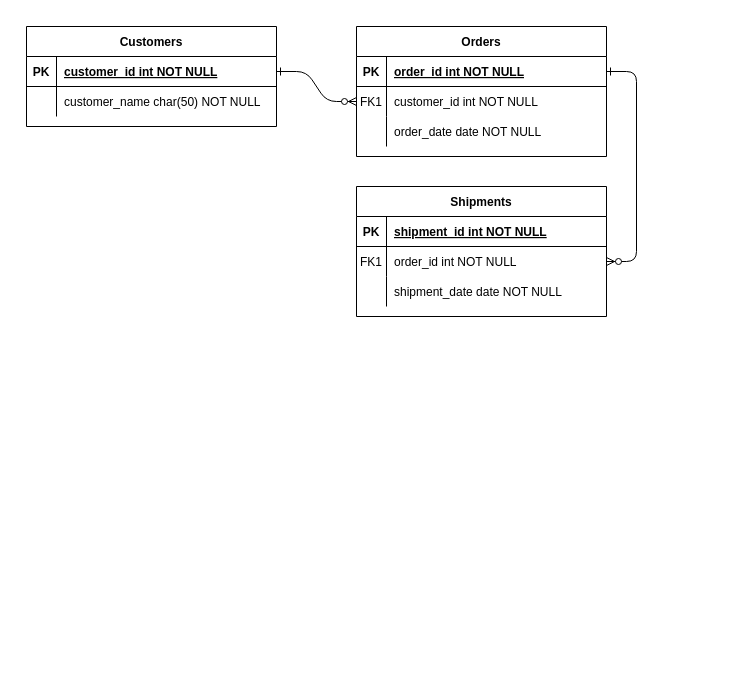
This is .idea/CarRental.drawio from lpalasz/CarRental, a draw.io file, before an edit. Source tidied: cells renumbered, new cells numbered last; positions are measured from the earlier drawing's top-left corner, leaving out a move shared by most shapes. Both pictures are drawn from the tidied source at 100%, with x=0, y=0 at pixel (26, 26).
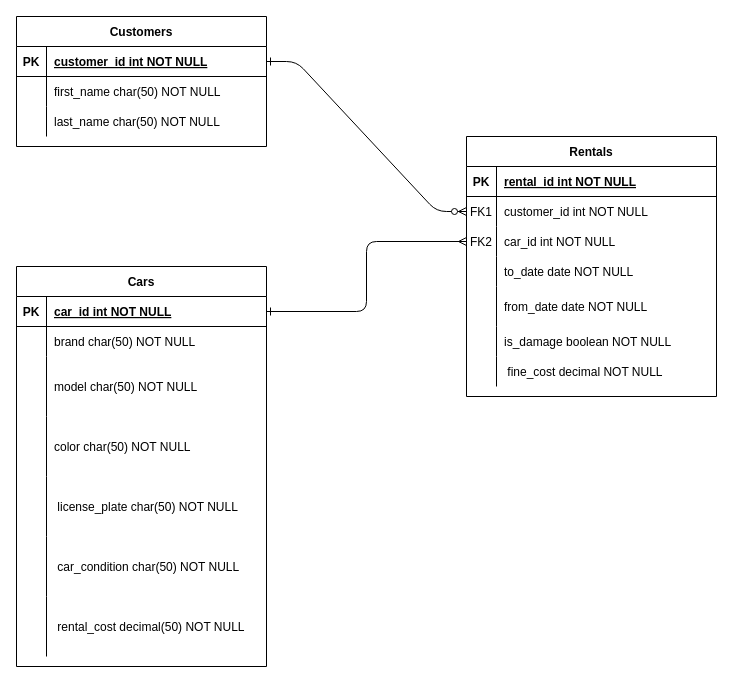
After the change.

The change refers to these unchanged cells:
```xml
<mxCell id="5" style="shape=partialRectangle;fillColor=none;points=[[0,0.5],[1,0.5]];portConstraint=eastwest;top=0;left=0;right=0;bottom=1;" parent="4" vertex="1">
  <mxGeometry y="30" width="250" height="30" as="geometry" />
</mxCell>
<mxCell id="11" style="shape=partialRectangle;fillColor=none;points=[[0,0.5],[1,0.5]];portConstraint=eastwest;top=0;left=0;right=0;bottom=0;" parent="4" vertex="1">
  <mxGeometry y="90" width="250" height="30" as="geometry" />
</mxCell>
<mxCell id="15" style="shape=partialRectangle;fillColor=none;points=[[0,0.5],[1,0.5]];portConstraint=eastwest;top=0;left=0;right=0;bottom=1;" parent="14" vertex="1">
  <mxGeometry y="30" width="250" height="30" as="geometry" />
</mxCell>
<mxCell id="18" style="shape=partialRectangle;fillColor=none;points=[[0,0.5],[1,0.5]];portConstraint=eastwest;top=0;left=0;right=0;bottom=0;" parent="14" vertex="1">
  <mxGeometry y="60" width="250" height="30" as="geometry" />
</mxCell>
```

Change to the diagram source:
```diff
@@
-    <mxCell id="3" style="edgeStyle=entityRelationEdgeStyle;endArrow=ERzeroToMany;startArrow=ERone;endFill=1;startFill=0;" parent="1" edge="1" source="5" target="18">
-      <mxGeometry relative="1" as="geometry" />
-    </mxCell>
-    <mxCell id="4" value="Orders" style="shape=table;startSize=30;childLayout=tableLayout;rowLines=0;fontStyle=1;align=center;" parent="1" vertex="1">
-      <mxGeometry x="330" width="250" height="130" as="geometry" />
+    <mxCell id="4" value="Rentals" style="shape=table;startSize=30;childLayout=tableLayout;rowLines=0;fontStyle=1;align=center;" parent="1" vertex="1">
+      <mxGeometry x="440" y="110" width="250" height="260" as="geometry" />
     </mxCell>
@@
-    <mxCell id="7" value="order_id int NOT NULL " style="shape=partialRectangle;overflow=hidden;fillColor=none;top=0;left=0;bottom=0;right=0;align=left;spacingLeft=6;fontStyle=5;" parent="5" vertex="1">
+    <mxCell id="7" value="rental_id int NOT NULL " style="shape=partialRectangle;overflow=hidden;fillColor=none;top=0;left=0;bottom=0;right=0;align=left;spacingLeft=6;fontStyle=5;" parent="5" vertex="1">
       <mxGeometry x="30" width="220" height="30" as="geometry" />
     </mxCell>
@@
-    <mxCell id="12" style="shape=partialRectangle;overflow=hidden;fillColor=none;top=0;left=0;bottom=0;right=0;" parent="11" vertex="1">
+    <mxCell id="12" value="FK2" style="shape=partialRectangle;overflow=hidden;fillColor=none;top=0;left=0;bottom=0;right=0;" parent="11" vertex="1">
       <mxGeometry width="30" height="30" as="geometry" />
     </mxCell>
-    <mxCell id="13" value="order_date date NOT NULL" style="shape=partialRectangle;overflow=hidden;fillColor=none;top=0;left=0;bottom=0;right=0;align=left;spacingLeft=6;" parent="11" vertex="1">
+    <mxCell id="13" value="car_id int NOT NULL" style="shape=partialRectangle;overflow=hidden;fillColor=none;top=0;left=0;bottom=0;right=0;align=left;spacingLeft=6;" parent="11" vertex="1">
       <mxGeometry x="30" width="220" height="30" as="geometry" />
     </mxCell>
+    <mxCell id="31" style="shape=partialRectangle;fillColor=none;top=0;left=0;right=0;bottom=0;" parent="4" vertex="1">
+      <mxGeometry y="120" width="250" height="30" as="geometry" />
+    </mxCell>
+    <mxCell id="32" style="shape=partialRectangle;overflow=hidden;fillColor=none;top=0;left=0;bottom=0;right=0;" parent="31" vertex="1">
+      <mxGeometry width="30" height="30" as="geometry" />
+    </mxCell>
+    <mxCell id="33" value="to_date date NOT NULL" style="shape=partialRectangle;overflow=hidden;fillColor=none;top=0;left=0;bottom=0;right=0;align=left;spacingLeft=6;" parent="31" vertex="1">
+      <mxGeometry x="30" width="220" height="30" as="geometry" />
+    </mxCell>
+    <mxCell id="34" style="shape=partialRectangle;fillColor=none;top=0;left=0;right=0;bottom=0;" parent="4" vertex="1">
+      <mxGeometry y="150" width="250" height="40" as="geometry" />
+    </mxCell>
+    <mxCell id="35" style="shape=partialRectangle;overflow=hidden;fillColor=none;top=0;left=0;bottom=0;right=0;" parent="34" vertex="1">
+      <mxGeometry width="30" height="40" as="geometry" />
+    </mxCell>
+    <mxCell id="36" value="from_date date NOT NULL" style="shape=partialRectangle;overflow=hidden;fillColor=none;top=0;left=0;bottom=0;right=0;align=left;spacingLeft=6;" parent="34" vertex="1">
+      <mxGeometry x="30" width="220" height="40" as="geometry" />
+    </mxCell>
+    <mxCell id="37" style="shape=partialRectangle;fillColor=none;top=0;left=0;right=0;bottom=0;" parent="4" vertex="1">
+      <mxGeometry y="190" width="250" height="30" as="geometry" />
+    </mxCell>
+    <mxCell id="38" style="shape=partialRectangle;overflow=hidden;fillColor=none;top=0;left=0;bottom=0;right=0;" parent="37" vertex="1">
+      <mxGeometry width="30" height="30" as="geometry" />
+    </mxCell>
+    <mxCell id="39" value="is_damage boolean NOT NULL" style="shape=partialRectangle;overflow=hidden;fillColor=none;top=0;left=0;bottom=0;right=0;align=left;spacingLeft=6;" parent="37" vertex="1">
+      <mxGeometry x="30" width="220" height="30" as="geometry" />
+    </mxCell>
+    <mxCell id="40" style="shape=partialRectangle;fillColor=none;top=0;left=0;right=0;bottom=0;" parent="4" vertex="1">
+      <mxGeometry y="220" width="250" height="30" as="geometry" />
+    </mxCell>
+    <mxCell id="41" style="shape=partialRectangle;overflow=hidden;fillColor=none;top=0;left=0;bottom=0;right=0;" parent="40" vertex="1">
+      <mxGeometry width="30" height="30" as="geometry" />
+    </mxCell>
+    <mxCell id="42" value=" fine_cost decimal NOT NULL" style="shape=partialRectangle;overflow=hidden;fillColor=none;top=0;left=0;bottom=0;right=0;align=left;spacingLeft=6;" parent="40" vertex="1">
+      <mxGeometry x="30" width="220" height="30" as="geometry" />
+    </mxCell>
-    <mxCell id="14" value="Shipments" style="shape=table;startSize=30;childLayout=tableLayout;rowLines=0;fontStyle=1;align=center;" parent="1" vertex="1">
-      <mxGeometry x="330" y="160" width="250" height="130" as="geometry" />
+    <mxCell id="14" value="Cars" style="shape=table;startSize=30;childLayout=tableLayout;rowLines=0;fontStyle=1;align=center;" parent="1" vertex="1">
+      <mxGeometry x="-10" y="240" width="250" height="400" as="geometry" />
     </mxCell>
@@
-    <mxCell id="17" value="shipment_id int NOT NULL " style="shape=partialRectangle;overflow=hidden;fillColor=none;top=0;left=0;bottom=0;right=0;align=left;spacingLeft=6;fontStyle=5;" parent="15" vertex="1">
-      <mxGeometry x="30" width="220" height="30" as="geometry" />
-    </mxCell>
+    <mxCell id="43" value="car_id int NOT NULL " style="shape=partialRectangle;overflow=hidden;fillColor=none;top=0;left=0;bottom=0;right=0;align=left;spacingLeft=6;fontStyle=5;" parent="15" vertex="1">
+      <mxGeometry x="30" width="220" height="30" as="geometry" />
+    </mxCell>
@@
-    <mxCell id="19" value="FK1" style="shape=partialRectangle;overflow=hidden;fillColor=none;top=0;left=0;bottom=0;right=0;" parent="18" vertex="1">
+    <mxCell id="19" style="shape=partialRectangle;overflow=hidden;fillColor=none;top=0;left=0;bottom=0;right=0;" parent="18" vertex="1">
       <mxGeometry width="30" height="30" as="geometry" />
     </mxCell>
-    <mxCell id="20" value="order_id int NOT NULL" style="shape=partialRectangle;overflow=hidden;fillColor=none;top=0;left=0;bottom=0;right=0;align=left;spacingLeft=6;" parent="18" vertex="1">
+    <mxCell id="20" value="brand char(50) NOT NULL" style="shape=partialRectangle;overflow=hidden;fillColor=none;top=0;left=0;bottom=0;right=0;align=left;spacingLeft=6;" parent="18" vertex="1">
       <mxGeometry x="30" width="220" height="30" as="geometry" />
     </mxCell>
+    <mxCell id="44" style="shape=partialRectangle;fillColor=none;top=0;left=0;right=0;bottom=0;" parent="14" vertex="1">
+      <mxGeometry y="90" width="250" height="60" as="geometry" />
+    </mxCell>
+    <mxCell id="45" style="shape=partialRectangle;overflow=hidden;fillColor=none;top=0;left=0;bottom=0;right=0;" parent="44" vertex="1">
+      <mxGeometry width="30" height="60" as="geometry" />
+    </mxCell>
+    <mxCell id="46" value="model char(50) NOT NULL" style="shape=partialRectangle;overflow=hidden;fillColor=none;top=0;left=0;bottom=0;right=0;align=left;spacingLeft=6;" parent="44" vertex="1">
+      <mxGeometry x="30" width="220" height="60" as="geometry" />
+    </mxCell>
+    <mxCell id="47" style="shape=partialRectangle;fillColor=none;top=0;left=0;right=0;bottom=0;" parent="14" vertex="1">
+      <mxGeometry y="150" width="250" height="60" as="geometry" />
+    </mxCell>
+    <mxCell id="48" style="shape=partialRectangle;overflow=hidden;fillColor=none;top=0;left=0;bottom=0;right=0;" parent="47" vertex="1">
+      <mxGeometry width="30" height="60" as="geometry" />
+    </mxCell>
+    <mxCell id="49" value="color char(50) NOT NULL" style="shape=partialRectangle;overflow=hidden;fillColor=none;top=0;left=0;bottom=0;right=0;align=left;spacingLeft=6;" parent="47" vertex="1">
+      <mxGeometry x="30" width="220" height="60" as="geometry" />
+    </mxCell>
+    <mxCell id="50" style="shape=partialRectangle;fillColor=none;top=0;left=0;right=0;bottom=0;" parent="14" vertex="1">
+      <mxGeometry y="210" width="250" height="60" as="geometry" />
+    </mxCell>
+    <mxCell id="51" style="shape=partialRectangle;overflow=hidden;fillColor=none;top=0;left=0;bottom=0;right=0;" parent="50" vertex="1">
+      <mxGeometry width="30" height="60" as="geometry" />
+    </mxCell>
+    <mxCell id="52" value=" license_plate char(50) NOT NULL" style="shape=partialRectangle;overflow=hidden;fillColor=none;top=0;left=0;bottom=0;right=0;align=left;spacingLeft=6;" parent="50" vertex="1">
+      <mxGeometry x="30" width="220" height="60" as="geometry" />
+    </mxCell>
+    <mxCell id="53" style="shape=partialRectangle;fillColor=none;top=0;left=0;right=0;bottom=0;" parent="14" vertex="1">
+      <mxGeometry y="270" width="250" height="60" as="geometry" />
+    </mxCell>
+    <mxCell id="54" style="shape=partialRectangle;overflow=hidden;fillColor=none;top=0;left=0;bottom=0;right=0;" parent="53" vertex="1">
+      <mxGeometry width="30" height="60" as="geometry" />
+    </mxCell>
+    <mxCell id="55" value=" car_condition char(50) NOT NULL" style="shape=partialRectangle;overflow=hidden;fillColor=none;top=0;left=0;bottom=0;right=0;align=left;spacingLeft=6;" parent="53" vertex="1">
+      <mxGeometry x="30" width="220" height="60" as="geometry" />
+    </mxCell>
     <mxCell id="21" style="shape=partialRectangle;fillColor=none;top=0;left=0;right=0;bottom=0;" parent="14" vertex="1">
-      <mxGeometry y="90" width="250" height="30" as="geometry" />
+      <mxGeometry y="330" width="250" height="60" as="geometry" />
     </mxCell>
     <mxCell id="22" style="shape=partialRectangle;overflow=hidden;fillColor=none;top=0;left=0;bottom=0;right=0;" parent="21" vertex="1">
-      <mxGeometry width="30" height="30" as="geometry" />
+      <mxGeometry width="30" height="60" as="geometry" />
     </mxCell>
-    <mxCell id="23" value="shipment_date date NOT NULL" style="shape=partialRectangle;overflow=hidden;fillColor=none;top=0;left=0;bottom=0;right=0;align=left;spacingLeft=6;" parent="21" vertex="1">
-      <mxGeometry x="30" width="220" height="30" as="geometry" />
+    <mxCell id="23" value=" rental_cost decimal(50) NOT NULL" style="shape=partialRectangle;overflow=hidden;fillColor=none;top=0;left=0;bottom=0;right=0;align=left;spacingLeft=6;" parent="21" vertex="1">
+      <mxGeometry x="30" width="220" height="60" as="geometry" />
     </mxCell>
     <mxCell id="24" value="Customers" style="shape=table;startSize=30;childLayout=tableLayout;rowLines=0;fontStyle=1;align=center;" parent="1" vertex="1">
-      <mxGeometry width="250" height="100" as="geometry" />
+      <mxGeometry x="-10" y="-10" width="250" height="130" as="geometry" />
     </mxCell>
@@
+    <mxCell id="56" style="shape=partialRectangle;fillColor=none;top=0;left=0;right=0;bottom=0;" parent="24" vertex="1">
+      <mxGeometry y="60" width="250" height="30" as="geometry" />
+    </mxCell>
+    <mxCell id="57" style="shape=partialRectangle;overflow=hidden;fillColor=none;top=0;left=0;bottom=0;right=0;" parent="56" vertex="1">
+      <mxGeometry width="30" height="30" as="geometry" />
+    </mxCell>
+    <mxCell id="58" value="first_name char(50) NOT NULL" style="shape=partialRectangle;overflow=hidden;fillColor=none;top=0;left=0;bottom=0;right=0;align=left;spacingLeft=6;" parent="56" vertex="1">
+      <mxGeometry x="30" width="220" height="30" as="geometry" />
+    </mxCell>
     <mxCell id="28" style="shape=partialRectangle;fillColor=none;top=0;left=0;right=0;bottom=0;" parent="24" vertex="1">
-      <mxGeometry y="60" width="250" height="30" as="geometry" />
+      <mxGeometry y="90" width="250" height="30" as="geometry" />
     </mxCell>
@@
-    <mxCell id="30" value="customer_name char(50) NOT NULL" style="shape=partialRectangle;overflow=hidden;fillColor=none;top=0;left=0;bottom=0;right=0;align=left;spacingLeft=6;" parent="28" vertex="1">
+    <mxCell id="30" value="last_name char(50) NOT NULL" style="shape=partialRectangle;overflow=hidden;fillColor=none;top=0;left=0;bottom=0;right=0;align=left;spacingLeft=6;" parent="28" vertex="1">
       <mxGeometry x="30" width="220" height="30" as="geometry" />
     </mxCell>
+    <mxCell id="59" style="edgeStyle=orthogonalEdgeStyle;rounded=1;jettySize=auto;html=1;endArrow=ERone;endFill=0;startArrow=ERmany;startFill=0;" parent="1" edge="1" source="11" target="15">
+      <mxGeometry relative="1" as="geometry" />
+    </mxCell>
```
